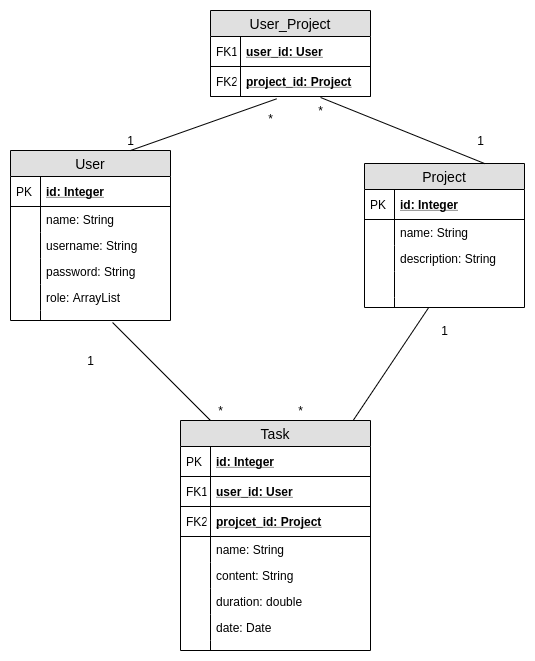
lchz/projektin_tyoaikaseuranta keeps this draw.io diagram as documentation/tietokantakaavio.png. Above is the earlier version. Source tidied: cells renumbered, new cells last; positions are measured from the earlier drawing's top-left corner, leaving out a move shared by most shapes. Source of this version:
```xml
<mxGraphModel>
  <root>
    <mxCell id="0" />
    <mxCell id="1" parent="0" />
    <mxCell id="2" style="endArrow=none;startArrow=none;shadow=0;strokeWidth=1;endSize=8;startSize=8;rounded=0;entryX=0.446;entryY=-0.067;entryDx=0;entryDy=0;entryPerimeter=0;endFill=0;startFill=0;" parent="1" edge="1" target="30">
      <mxGeometry relative="1" as="geometry">
        <mxPoint x="340" y="413.9" as="sourcePoint" />
      </mxGeometry>
    </mxCell>
    <mxCell id="3" value="*" style="text;html=1;align=center;verticalAlign=middle;points=[];" parent="1" vertex="1">
      <mxGeometry x="200" y="390" width="20" height="20" as="geometry" />
    </mxCell>
    <mxCell id="4" value="1" style="text;html=1;align=center;verticalAlign=middle;" parent="1" vertex="1">
      <mxGeometry x="70" y="340" width="20" height="20" as="geometry" />
    </mxCell>
    <mxCell id="5" value="1" style="text;html=1;align=center;verticalAlign=middle;" parent="1" vertex="1">
      <mxGeometry x="424" y="310" width="20" height="20" as="geometry" />
    </mxCell>
    <mxCell id="6" value="*" style="text;html=1;align=center;verticalAlign=middle;" parent="1" vertex="1">
      <mxGeometry x="280" y="390" width="20" height="20" as="geometry" />
    </mxCell>
    <mxCell id="7" style="endArrow=none;html=1;entryX=0.638;entryY=1.2;entryDx=0;entryDy=0;entryPerimeter=0;exitX=0;exitY=1;exitDx=0;exitDy=0;exitPerimeter=0;" parent="1" edge="1" source="3" target="19">
      <mxGeometry relative="1" as="geometry" />
    </mxCell>
    <mxCell id="8" value="User" style="swimlane;fontStyle=0;horizontal=1;startSize=26;fillColor=#e0e0e0;swimlaneFillColor=#ffffff;align=center;fontSize=14;" parent="1" vertex="1">
      <mxGeometry y="140" width="160" height="170" as="geometry" />
    </mxCell>
    <mxCell id="9" value="id: Integer" style="shape=partialRectangle;top=0;left=0;right=0;bottom=1;align=left;verticalAlign=middle;fillColor=none;spacingLeft=34;spacingRight=4;overflow=hidden;fontStyle=5;fontSize=12;" parent="8" vertex="1">
      <mxGeometry y="26" width="160" height="30" as="geometry" />
    </mxCell>
    <mxCell id="10" value="PK" style="shape=partialRectangle;top=0;left=0;bottom=0;fillColor=none;align=left;verticalAlign=middle;spacingLeft=4;spacingRight=4;overflow=hidden;fontSize=12;" parent="9" vertex="1">
      <mxGeometry width="30" height="30" as="geometry" />
    </mxCell>
    <mxCell id="11" value="name: String" style="shape=partialRectangle;top=0;left=0;right=0;bottom=0;align=left;verticalAlign=top;fillColor=none;spacingLeft=34;spacingRight=4;overflow=hidden;fontSize=12;" parent="8" vertex="1">
      <mxGeometry y="56" width="160" height="26" as="geometry" />
    </mxCell>
    <mxCell id="12" style="shape=partialRectangle;top=0;left=0;bottom=0;fillColor=none;align=left;verticalAlign=top;spacingLeft=4;spacingRight=4;overflow=hidden;fontSize=12;" parent="11" vertex="1">
      <mxGeometry width="30" height="26" as="geometry" />
    </mxCell>
    <mxCell id="13" value="username: String" style="shape=partialRectangle;top=0;left=0;right=0;bottom=0;align=left;verticalAlign=top;fillColor=none;spacingLeft=34;spacingRight=4;overflow=hidden;fontSize=12;" parent="8" vertex="1">
      <mxGeometry y="82" width="160" height="26" as="geometry" />
    </mxCell>
    <mxCell id="14" style="shape=partialRectangle;top=0;left=0;bottom=0;fillColor=none;align=left;verticalAlign=top;spacingLeft=4;spacingRight=4;overflow=hidden;fontSize=12;" parent="13" vertex="1">
      <mxGeometry width="30" height="26" as="geometry" />
    </mxCell>
    <mxCell id="15" value="password: String" style="shape=partialRectangle;top=0;left=0;right=0;bottom=0;align=left;verticalAlign=top;fillColor=none;spacingLeft=34;spacingRight=4;overflow=hidden;fontSize=12;" parent="8" vertex="1">
      <mxGeometry y="108" width="160" height="26" as="geometry" />
    </mxCell>
    <mxCell id="16" style="shape=partialRectangle;top=0;left=0;bottom=0;fillColor=none;align=left;verticalAlign=top;spacingLeft=4;spacingRight=4;overflow=hidden;fontSize=12;" parent="15" vertex="1">
      <mxGeometry width="30" height="26" as="geometry" />
    </mxCell>
    <mxCell id="17" value="role: ArrayList" style="shape=partialRectangle;top=0;left=0;right=0;bottom=0;align=left;verticalAlign=top;fillColor=none;spacingLeft=34;spacingRight=4;overflow=hidden;fontSize=12;" parent="8" vertex="1">
      <mxGeometry y="134" width="160" height="26" as="geometry" />
    </mxCell>
    <mxCell id="18" style="shape=partialRectangle;top=0;left=0;bottom=0;fillColor=none;align=left;verticalAlign=top;spacingLeft=4;spacingRight=4;overflow=hidden;fontSize=12;" parent="17" vertex="1">
      <mxGeometry width="30" height="26" as="geometry" />
    </mxCell>
    <mxCell id="19" style="shape=partialRectangle;top=0;left=0;right=0;bottom=0;align=left;verticalAlign=top;fillColor=none;spacingLeft=34;spacingRight=4;overflow=hidden;points=[[0,0.5],[1,0.5]];portConstraint=eastwest;fontSize=12;" parent="8" vertex="1">
      <mxGeometry y="160" width="160" height="10" as="geometry" />
    </mxCell>
    <mxCell id="20" style="shape=partialRectangle;top=0;left=0;bottom=0;fillColor=none;align=left;verticalAlign=top;spacingLeft=4;spacingRight=4;overflow=hidden;fontSize=12;" parent="19" vertex="1">
      <mxGeometry width="30" height="10" as="geometry" />
    </mxCell>
    <mxCell id="21" value="Project" style="swimlane;fontStyle=0;horizontal=1;startSize=26;fillColor=#e0e0e0;swimlaneFillColor=#ffffff;align=center;fontSize=14;" parent="1" vertex="1">
      <mxGeometry x="354" y="153" width="160" height="144" as="geometry" />
    </mxCell>
    <mxCell id="22" value="id: Integer" style="shape=partialRectangle;top=0;left=0;right=0;bottom=1;align=left;verticalAlign=middle;fillColor=none;spacingLeft=34;spacingRight=4;overflow=hidden;fontStyle=5;fontSize=12;" parent="21" vertex="1">
      <mxGeometry y="26" width="160" height="30" as="geometry" />
    </mxCell>
    <mxCell id="23" value="PK" style="shape=partialRectangle;top=0;left=0;bottom=0;fillColor=none;align=left;verticalAlign=middle;spacingLeft=4;spacingRight=4;overflow=hidden;fontSize=12;" parent="22" vertex="1">
      <mxGeometry width="30" height="30" as="geometry" />
    </mxCell>
    <mxCell id="24" value="name: String" style="shape=partialRectangle;top=0;left=0;right=0;bottom=0;align=left;verticalAlign=top;fillColor=none;spacingLeft=34;spacingRight=4;overflow=hidden;fontSize=12;" parent="21" vertex="1">
      <mxGeometry y="56" width="160" height="26" as="geometry" />
    </mxCell>
    <mxCell id="25" style="shape=partialRectangle;top=0;left=0;bottom=0;fillColor=none;align=left;verticalAlign=top;spacingLeft=4;spacingRight=4;overflow=hidden;fontSize=12;" parent="24" vertex="1">
      <mxGeometry width="30" height="26" as="geometry" />
    </mxCell>
    <mxCell id="26" value="description: String" style="shape=partialRectangle;top=0;left=0;right=0;bottom=0;align=left;verticalAlign=top;fillColor=none;spacingLeft=34;spacingRight=4;overflow=hidden;fontSize=12;" parent="21" vertex="1">
      <mxGeometry y="82" width="160" height="26" as="geometry" />
    </mxCell>
    <mxCell id="27" style="shape=partialRectangle;top=0;left=0;bottom=0;fillColor=none;align=left;verticalAlign=top;spacingLeft=4;spacingRight=4;overflow=hidden;fontSize=12;" parent="26" vertex="1">
      <mxGeometry width="30" height="26" as="geometry" />
    </mxCell>
    <mxCell id="28" style="shape=partialRectangle;top=0;left=0;right=0;bottom=0;align=left;verticalAlign=top;fillColor=none;spacingLeft=34;spacingRight=4;overflow=hidden;fontSize=12;" parent="21" vertex="1">
      <mxGeometry y="108" width="160" height="26" as="geometry" />
    </mxCell>
    <mxCell id="29" style="shape=partialRectangle;top=0;left=0;bottom=0;fillColor=none;align=left;verticalAlign=top;spacingLeft=4;spacingRight=4;overflow=hidden;fontSize=12;" parent="28" vertex="1">
      <mxGeometry width="30" height="26" as="geometry" />
    </mxCell>
    <mxCell id="30" style="shape=partialRectangle;top=0;left=0;right=0;bottom=0;align=left;verticalAlign=top;fillColor=none;spacingLeft=34;spacingRight=4;overflow=hidden;points=[[0,0.5],[1,0.5]];portConstraint=eastwest;fontSize=12;" parent="21" vertex="1">
      <mxGeometry y="134" width="160" height="10" as="geometry" />
    </mxCell>
    <mxCell id="31" style="shape=partialRectangle;top=0;left=0;bottom=0;fillColor=none;align=left;verticalAlign=top;spacingLeft=4;spacingRight=4;overflow=hidden;fontSize=12;" parent="30" vertex="1">
      <mxGeometry width="30" height="10" as="geometry" />
    </mxCell>
    <mxCell id="32" value="Task" style="swimlane;fontStyle=0;horizontal=1;startSize=26;fillColor=#e0e0e0;swimlaneFillColor=#ffffff;align=center;fontSize=14;" parent="1" vertex="1">
      <mxGeometry x="170" y="410" width="190" height="230" as="geometry" />
    </mxCell>
    <mxCell id="33" value="id: Integer" style="shape=partialRectangle;top=0;left=0;right=0;bottom=1;align=left;verticalAlign=middle;fillColor=none;spacingLeft=34;spacingRight=4;overflow=hidden;fontStyle=5;fontSize=12;" parent="32" vertex="1">
      <mxGeometry y="26" width="190" height="30" as="geometry" />
    </mxCell>
    <mxCell id="34" value="PK" style="shape=partialRectangle;top=0;left=0;bottom=0;fillColor=none;align=left;verticalAlign=middle;spacingLeft=4;spacingRight=4;overflow=hidden;fontSize=12;" parent="33" vertex="1">
      <mxGeometry width="30" height="30" as="geometry" />
    </mxCell>
    <mxCell id="35" value="user_id: User" style="shape=partialRectangle;top=0;left=0;right=0;bottom=1;align=left;verticalAlign=middle;fillColor=none;spacingLeft=34;spacingRight=4;overflow=hidden;fontStyle=5;fontSize=12;" parent="32" vertex="1">
      <mxGeometry y="56" width="190" height="30" as="geometry" />
    </mxCell>
    <mxCell id="36" value="FK1" style="shape=partialRectangle;top=0;left=0;bottom=0;fillColor=none;align=left;verticalAlign=middle;spacingLeft=4;spacingRight=4;overflow=hidden;fontSize=12;" parent="35" vertex="1">
      <mxGeometry width="30" height="30" as="geometry" />
    </mxCell>
    <mxCell id="37" value="projcet_id: Project" style="shape=partialRectangle;top=0;left=0;right=0;bottom=1;align=left;verticalAlign=middle;fillColor=none;spacingLeft=34;spacingRight=4;overflow=hidden;fontStyle=5;fontSize=12;" parent="32" vertex="1">
      <mxGeometry y="86" width="190" height="30" as="geometry" />
    </mxCell>
    <mxCell id="38" value="FK2" style="shape=partialRectangle;top=0;left=0;bottom=0;fillColor=none;align=left;verticalAlign=middle;spacingLeft=4;spacingRight=4;overflow=hidden;fontSize=12;" parent="37" vertex="1">
      <mxGeometry width="30" height="30" as="geometry" />
    </mxCell>
    <mxCell id="39" value="name: String" style="shape=partialRectangle;top=0;left=0;right=0;bottom=0;align=left;verticalAlign=top;fillColor=none;spacingLeft=34;spacingRight=4;overflow=hidden;fontSize=12;" parent="32" vertex="1">
      <mxGeometry y="116" width="190" height="26" as="geometry" />
    </mxCell>
    <mxCell id="40" style="shape=partialRectangle;top=0;left=0;bottom=0;fillColor=none;align=left;verticalAlign=top;spacingLeft=4;spacingRight=4;overflow=hidden;fontSize=12;" parent="39" vertex="1">
      <mxGeometry width="30" height="26" as="geometry" />
    </mxCell>
    <mxCell id="41" value="content: String" style="shape=partialRectangle;top=0;left=0;right=0;bottom=0;align=left;verticalAlign=top;fillColor=none;spacingLeft=34;spacingRight=4;overflow=hidden;fontSize=12;" parent="32" vertex="1">
      <mxGeometry y="142" width="190" height="26" as="geometry" />
    </mxCell>
    <mxCell id="42" style="shape=partialRectangle;top=0;left=0;bottom=0;fillColor=none;align=left;verticalAlign=top;spacingLeft=4;spacingRight=4;overflow=hidden;fontSize=12;" parent="41" vertex="1">
      <mxGeometry width="30" height="26" as="geometry" />
    </mxCell>
    <mxCell id="43" value="duration: double" style="shape=partialRectangle;top=0;left=0;right=0;bottom=0;align=left;verticalAlign=top;fillColor=none;spacingLeft=34;spacingRight=4;overflow=hidden;fontSize=12;" parent="32" vertex="1">
      <mxGeometry y="168" width="190" height="26" as="geometry" />
    </mxCell>
    <mxCell id="44" style="shape=partialRectangle;top=0;left=0;bottom=0;fillColor=none;align=left;verticalAlign=top;spacingLeft=4;spacingRight=4;overflow=hidden;fontSize=12;" parent="43" vertex="1">
      <mxGeometry width="30" height="26" as="geometry" />
    </mxCell>
    <mxCell id="45" value="date: Date" style="shape=partialRectangle;top=0;left=0;right=0;bottom=0;align=left;verticalAlign=top;fillColor=none;spacingLeft=34;spacingRight=4;overflow=hidden;fontSize=12;" parent="32" vertex="1">
      <mxGeometry y="194" width="190" height="26" as="geometry" />
    </mxCell>
    <mxCell id="46" style="shape=partialRectangle;top=0;left=0;bottom=0;fillColor=none;align=left;verticalAlign=top;spacingLeft=4;spacingRight=4;overflow=hidden;fontSize=12;" parent="45" vertex="1">
      <mxGeometry width="30" height="26" as="geometry" />
    </mxCell>
    <mxCell id="47" style="shape=partialRectangle;top=0;left=0;right=0;bottom=0;align=left;verticalAlign=top;fillColor=none;spacingLeft=34;spacingRight=4;overflow=hidden;fontSize=12;" parent="32" vertex="1">
      <mxGeometry y="220" width="190" height="10" as="geometry" />
    </mxCell>
    <mxCell id="48" style="shape=partialRectangle;top=0;left=0;bottom=0;fillColor=none;align=left;verticalAlign=top;spacingLeft=4;spacingRight=4;overflow=hidden;fontSize=12;" parent="47" vertex="1">
      <mxGeometry width="30" height="10" as="geometry" />
    </mxCell>
    <mxCell id="49" value="User_Project" style="swimlane;fontStyle=0;horizontal=1;startSize=26;fillColor=#e0e0e0;swimlaneFillColor=#ffffff;align=center;fontSize=14;" parent="1" vertex="1">
      <mxGeometry x="200" width="160" height="86" as="geometry" />
    </mxCell>
    <mxCell id="50" value="user_id: User" style="shape=partialRectangle;top=0;left=0;right=0;bottom=1;align=left;verticalAlign=middle;fillColor=none;spacingLeft=34;spacingRight=4;overflow=hidden;fontStyle=5;fontSize=12;" parent="49" vertex="1">
      <mxGeometry y="26" width="160" height="30" as="geometry" />
    </mxCell>
    <mxCell id="51" value="FK1" style="shape=partialRectangle;top=0;left=0;bottom=0;fillColor=none;align=left;verticalAlign=middle;spacingLeft=4;spacingRight=4;overflow=hidden;fontSize=12;" parent="50" vertex="1">
      <mxGeometry width="30" height="30" as="geometry" />
    </mxCell>
    <mxCell id="52" value="project_id: Project" style="shape=partialRectangle;top=0;left=0;right=0;bottom=1;align=left;verticalAlign=middle;fillColor=none;spacingLeft=34;spacingRight=4;overflow=hidden;points=[[0,0.5],[1,0.5]];portConstraint=eastwest;fontStyle=5;fontSize=12;" parent="49" vertex="1">
      <mxGeometry y="56" width="160" height="30" as="geometry" />
    </mxCell>
    <mxCell id="53" value="FK2" style="shape=partialRectangle;top=0;left=0;bottom=0;fillColor=none;align=left;verticalAlign=middle;spacingLeft=4;spacingRight=4;overflow=hidden;fontSize=12;" parent="52" vertex="1">
      <mxGeometry width="30" height="30" as="geometry" />
    </mxCell>
    <mxCell id="54" style="endArrow=none;html=1;rounded=0;exitX=0.75;exitY=0;exitDx=0;exitDy=0;entryX=0.413;entryY=1.078;entryDx=0;entryDy=0;entryPerimeter=0;" parent="1" edge="1" source="8" target="52">
      <mxGeometry relative="1" as="geometry" />
    </mxCell>
    <mxCell id="55" value="1" style="text;html=1;align=center;verticalAlign=middle;" parent="1" vertex="1">
      <mxGeometry x="110" y="120" width="20" height="20" as="geometry" />
    </mxCell>
    <mxCell id="56" value="1" style="text;html=1;align=center;verticalAlign=middle;" parent="1" vertex="1">
      <mxGeometry x="460" y="120" width="20" height="20" as="geometry" />
    </mxCell>
    <mxCell id="57" value="*" style="text;html=1;align=center;verticalAlign=middle;" parent="1" vertex="1">
      <mxGeometry x="250" y="98" width="20" height="20" as="geometry" />
    </mxCell>
    <mxCell id="58" value="*" style="text;html=1;align=center;verticalAlign=middle;" parent="1" vertex="1">
      <mxGeometry x="300" y="90" width="20" height="20" as="geometry" />
    </mxCell>
    <mxCell id="59" style="endArrow=none;html=1;rounded=0;exitX=0.688;exitY=1.033;exitDx=0;exitDy=0;exitPerimeter=0;entryX=0.75;entryY=0;entryDx=0;entryDy=0;" parent="1" edge="1" source="52" target="21">
      <mxGeometry relative="1" as="geometry" />
    </mxCell>
  </root>
</mxGraphModel>
```
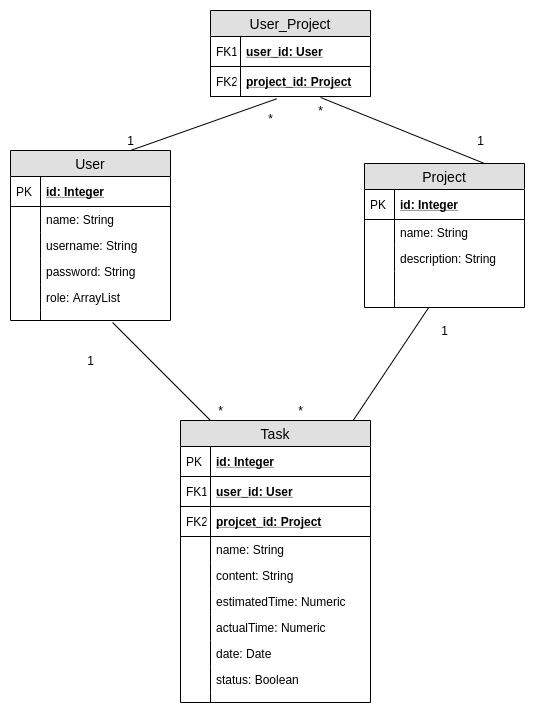
After the commit.

Change to the diagram source:
```diff
@@ -95,7 +95,7 @@
       <mxGeometry width="30" height="10" as="geometry" />
     </mxCell>
     <mxCell id="32" value="Task" style="swimlane;fontStyle=0;horizontal=1;startSize=26;fillColor=#e0e0e0;swimlaneFillColor=#ffffff;align=center;fontSize=14;" parent="1" vertex="1">
-      <mxGeometry x="170" y="410" width="190" height="230" as="geometry" />
+      <mxGeometry x="170" y="410" width="190" height="282" as="geometry" />
     </mxCell>
     <mxCell id="33" value="id: Integer" style="shape=partialRectangle;top=0;left=0;right=0;bottom=1;align=left;verticalAlign=middle;fillColor=none;spacingLeft=34;spacingRight=4;overflow=hidden;fontStyle=5;fontSize=12;" parent="32" vertex="1">
       <mxGeometry y="26" width="190" height="30" as="geometry" />
@@ -127,20 +127,32 @@
     <mxCell id="42" style="shape=partialRectangle;top=0;left=0;bottom=0;fillColor=none;align=left;verticalAlign=top;spacingLeft=4;spacingRight=4;overflow=hidden;fontSize=12;" parent="41" vertex="1">
       <mxGeometry width="30" height="26" as="geometry" />
     </mxCell>
-    <mxCell id="43" value="duration: double" style="shape=partialRectangle;top=0;left=0;right=0;bottom=0;align=left;verticalAlign=top;fillColor=none;spacingLeft=34;spacingRight=4;overflow=hidden;fontSize=12;" parent="32" vertex="1">
+    <mxCell id="43" value="estimatedTime: Numeric" style="shape=partialRectangle;top=0;left=0;right=0;bottom=0;align=left;verticalAlign=top;fillColor=none;spacingLeft=34;spacingRight=4;overflow=hidden;fontSize=12;" parent="32" vertex="1">
       <mxGeometry y="168" width="190" height="26" as="geometry" />
     </mxCell>
     <mxCell id="44" style="shape=partialRectangle;top=0;left=0;bottom=0;fillColor=none;align=left;verticalAlign=top;spacingLeft=4;spacingRight=4;overflow=hidden;fontSize=12;" parent="43" vertex="1">
       <mxGeometry width="30" height="26" as="geometry" />
     </mxCell>
+    <mxCell id="60" value="actualTime: Numeric" style="shape=partialRectangle;top=0;left=0;right=0;bottom=0;align=left;verticalAlign=top;fillColor=none;spacingLeft=34;spacingRight=4;overflow=hidden;fontSize=12;" parent="32" vertex="1">
+      <mxGeometry y="194" width="190" height="26" as="geometry" />
+    </mxCell>
+    <mxCell id="61" style="shape=partialRectangle;top=0;left=0;bottom=0;fillColor=none;align=left;verticalAlign=top;spacingLeft=4;spacingRight=4;overflow=hidden;fontSize=12;" parent="60" vertex="1">
+      <mxGeometry width="30" height="26" as="geometry" />
+    </mxCell>
     <mxCell id="45" value="date: Date" style="shape=partialRectangle;top=0;left=0;right=0;bottom=0;align=left;verticalAlign=top;fillColor=none;spacingLeft=34;spacingRight=4;overflow=hidden;fontSize=12;" parent="32" vertex="1">
-      <mxGeometry y="194" width="190" height="26" as="geometry" />
+      <mxGeometry y="220" width="190" height="26" as="geometry" />
     </mxCell>
     <mxCell id="46" style="shape=partialRectangle;top=0;left=0;bottom=0;fillColor=none;align=left;verticalAlign=top;spacingLeft=4;spacingRight=4;overflow=hidden;fontSize=12;" parent="45" vertex="1">
       <mxGeometry width="30" height="26" as="geometry" />
     </mxCell>
+    <mxCell id="62" value="status: Boolean" style="shape=partialRectangle;top=0;left=0;right=0;bottom=0;align=left;verticalAlign=top;fillColor=none;spacingLeft=34;spacingRight=4;overflow=hidden;fontSize=12;" parent="32" vertex="1">
+      <mxGeometry y="246" width="190" height="26" as="geometry" />
+    </mxCell>
+    <mxCell id="63" style="shape=partialRectangle;top=0;left=0;bottom=0;fillColor=none;align=left;verticalAlign=top;spacingLeft=4;spacingRight=4;overflow=hidden;fontSize=12;" parent="62" vertex="1">
+      <mxGeometry width="30" height="26" as="geometry" />
+    </mxCell>
     <mxCell id="47" style="shape=partialRectangle;top=0;left=0;right=0;bottom=0;align=left;verticalAlign=top;fillColor=none;spacingLeft=34;spacingRight=4;overflow=hidden;fontSize=12;" parent="32" vertex="1">
-      <mxGeometry y="220" width="190" height="10" as="geometry" />
+      <mxGeometry y="272" width="190" height="10" as="geometry" />
     </mxCell>
     <mxCell id="48" style="shape=partialRectangle;top=0;left=0;bottom=0;fillColor=none;align=left;verticalAlign=top;spacingLeft=4;spacingRight=4;overflow=hidden;fontSize=12;" parent="47" vertex="1">
       <mxGeometry width="30" height="10" as="geometry" />
```
